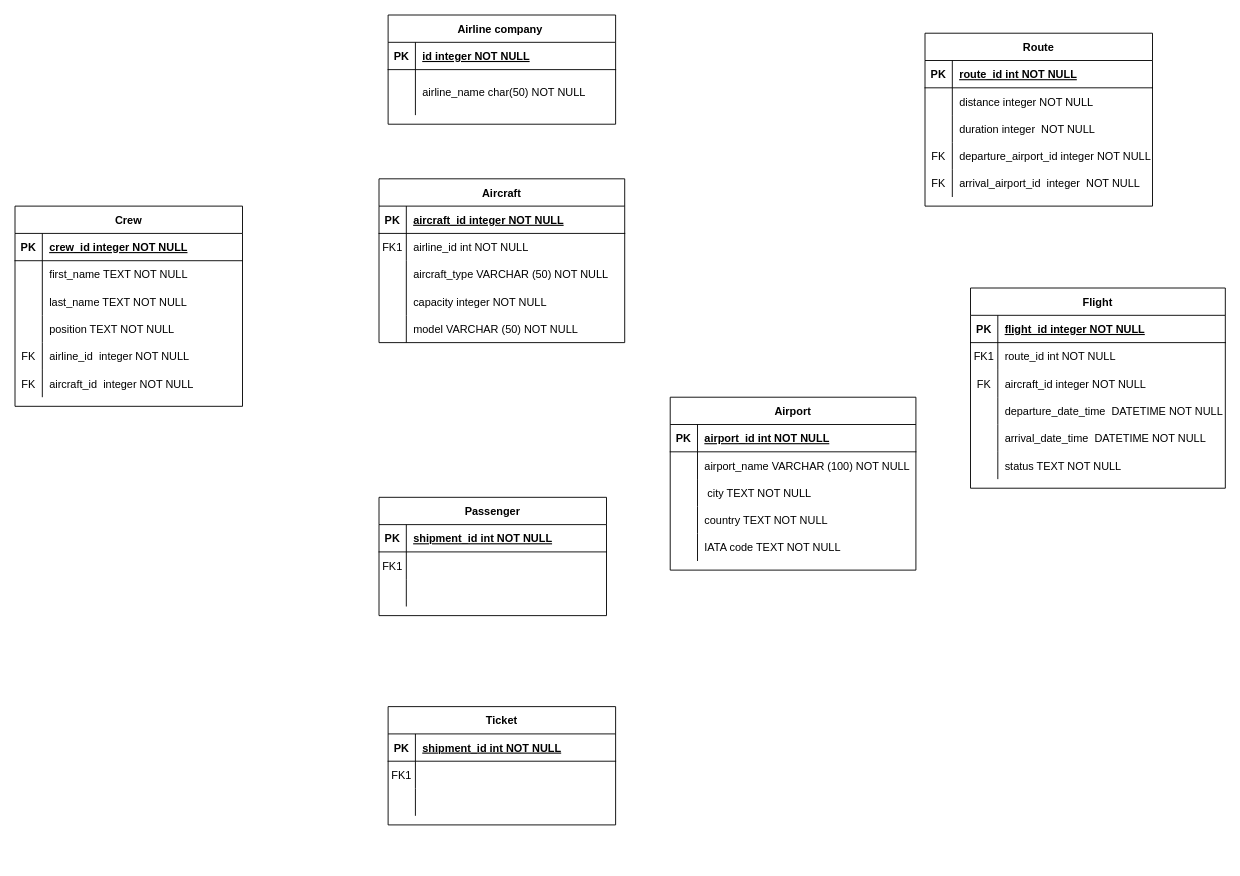
Before: model_conceptual.drawio in vladmagosin/examen_sem_1_db, a draw.io diagram. Source tidied: cells renumbered, new cells numbered last; positions are measured from the earlier drawing's top-left corner, leaving out a move shared by most shapes. Both pictures are drawn from the tidied source at 91%, with x=0, y=0 at pixel (15, 15).
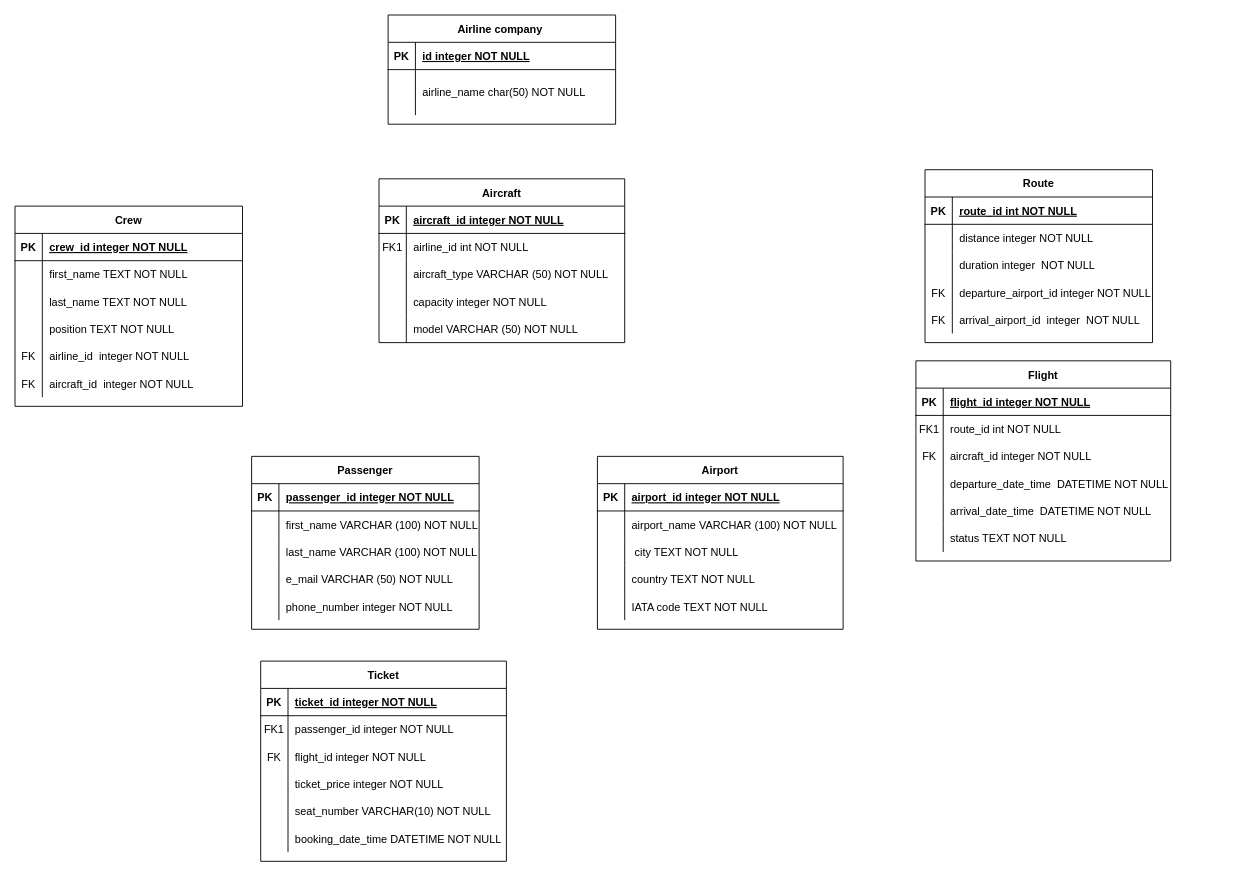
Above is the later version.

The change refers to these unchanged cells:
```xml
<mxCell id="19" style="shape=partialRectangle;fillColor=none;top=0;left=0;right=0;bottom=1;" parent="18" vertex="1">
  <mxGeometry y="30" width="250" height="30" as="geometry" />
</mxCell>
<mxCell id="22" style="shape=partialRectangle;fillColor=none;top=0;left=0;right=0;bottom=0;" parent="18" vertex="1">
  <mxGeometry y="60" width="250" height="30" as="geometry" />
</mxCell>
<mxCell id="25" style="shape=partialRectangle;fillColor=none;top=0;left=0;right=0;bottom=0;" parent="18" vertex="1">
  <mxGeometry y="90" width="250" height="30" as="geometry" />
</mxCell>
<mxCell id="90" style="shape=partialRectangle;fillColor=none;top=0;left=0;right=0;bottom=1;" parent="89" vertex="1">
  <mxGeometry y="30" width="270" height="30" as="geometry" />
</mxCell>
```

The edit, as a diff of the source:
```diff
@@
     <mxCell id="18" value="Passenger" style="shape=table;startSize=30;childLayout=tableLayout;rowLines=0;fontStyle=1;align=center;" parent="1" vertex="1">
-      <mxGeometry x="400" y="530" width="250" height="130" as="geometry" />
+      <mxGeometry x="260" y="485" width="250" height="190" as="geometry" />
     </mxCell>
@@
-    <mxCell id="21" value="shipment_id int NOT NULL " style="shape=partialRectangle;overflow=hidden;fillColor=none;top=0;left=0;bottom=0;right=0;align=left;spacingLeft=6;fontStyle=5;" parent="19" vertex="1">
+    <mxCell id="21" value="passenger_id integer NOT NULL " style="shape=partialRectangle;overflow=hidden;fillColor=none;top=0;left=0;bottom=0;right=0;align=left;spacingLeft=6;fontStyle=5;" parent="19" vertex="1">
       <mxGeometry x="30" width="220" height="30" as="geometry" />
     </mxCell>
@@
-    <mxCell id="23" value="FK1" style="shape=partialRectangle;overflow=hidden;fillColor=none;top=0;left=0;bottom=0;right=0;" parent="22" vertex="1">
+    <mxCell id="23" style="shape=partialRectangle;overflow=hidden;fillColor=none;top=0;left=0;bottom=0;right=0;" parent="22" vertex="1">
       <mxGeometry width="30" height="30" as="geometry" />
     </mxCell>
-    <mxCell id="24" style="shape=partialRectangle;overflow=hidden;fillColor=none;top=0;left=0;bottom=0;right=0;align=left;spacingLeft=6;" parent="22" vertex="1">
+    <mxCell id="24" value="first_name VARCHAR (100) NOT NULL " style="shape=partialRectangle;overflow=hidden;fillColor=none;top=0;left=0;bottom=0;right=0;align=left;spacingLeft=6;" parent="22" vertex="1">
       <mxGeometry x="30" width="220" height="30" as="geometry" />
     </mxCell>
@@
-    <mxCell id="27" style="shape=partialRectangle;overflow=hidden;fillColor=none;top=0;left=0;bottom=0;right=0;align=left;spacingLeft=6;" parent="25" vertex="1">
+    <mxCell id="27" value="last_name VARCHAR (100) NOT NULL " style="shape=partialRectangle;overflow=hidden;fillColor=none;top=0;left=0;bottom=0;right=0;align=left;spacingLeft=6;" parent="25" vertex="1">
       <mxGeometry x="30" width="220" height="30" as="geometry" />
     </mxCell>
+    <mxCell id="115" style="shape=partialRectangle;fillColor=none;top=0;left=0;right=0;bottom=0;" parent="18" vertex="1">
+      <mxGeometry y="120" width="250" height="30" as="geometry" />
+    </mxCell>
+    <mxCell id="116" style="shape=partialRectangle;overflow=hidden;fillColor=none;top=0;left=0;bottom=0;right=0;" parent="115" vertex="1">
+      <mxGeometry width="30" height="30" as="geometry" />
+    </mxCell>
+    <mxCell id="117" value="e_mail VARCHAR (50) NOT NULL" style="shape=partialRectangle;overflow=hidden;fillColor=none;top=0;left=0;bottom=0;right=0;align=left;spacingLeft=6;" parent="115" vertex="1">
+      <mxGeometry x="30" width="220" height="30" as="geometry" />
+    </mxCell>
+    <mxCell id="118" style="shape=partialRectangle;fillColor=none;top=0;left=0;right=0;bottom=0;" parent="18" vertex="1">
+      <mxGeometry y="150" width="250" height="30" as="geometry" />
+    </mxCell>
+    <mxCell id="119" style="shape=partialRectangle;overflow=hidden;fillColor=none;top=0;left=0;bottom=0;right=0;" parent="118" vertex="1">
+      <mxGeometry width="30" height="30" as="geometry" />
+    </mxCell>
+    <mxCell id="120" value="phone_number integer NOT NULL " style="shape=partialRectangle;overflow=hidden;fillColor=none;top=0;left=0;bottom=0;right=0;align=left;spacingLeft=6;" parent="118" vertex="1">
+      <mxGeometry x="30" width="220" height="30" as="geometry" />
+    </mxCell>
@@
     <mxCell id="35" value="Flight" style="shape=table;startSize=30;childLayout=tableLayout;rowLines=0;fontStyle=1;align=center;" parent="1" vertex="1">
-      <mxGeometry x="1050" y="300" width="280" height="220" as="geometry" />
+      <mxGeometry x="990" y="380" width="280" height="220" as="geometry" />
     </mxCell>
@@
     <mxCell id="73" value="Route" style="shape=table;startSize=30;childLayout=tableLayout;rowLines=0;fontStyle=1;align=center;" parent="1" vertex="1">
-      <mxGeometry x="1000" y="20" width="250" height="190" as="geometry" />
+      <mxGeometry x="1000" y="170" width="250" height="190" as="geometry" />
     </mxCell>
@@
     <mxCell id="89" value="Airport" style="shape=table;startSize=30;childLayout=tableLayout;rowLines=0;fontStyle=1;align=center;" parent="1" vertex="1">
-      <mxGeometry x="720" y="420" width="270" height="190" as="geometry" />
+      <mxGeometry x="640" y="485" width="270" height="190" as="geometry" />
     </mxCell>
@@
-    <mxCell id="92" value="airport_id int NOT NULL " style="shape=partialRectangle;overflow=hidden;fillColor=none;top=0;left=0;bottom=0;right=0;align=left;spacingLeft=6;fontStyle=5;" parent="90" vertex="1">
+    <mxCell id="92" value="airport_id integer NOT NULL " style="shape=partialRectangle;overflow=hidden;fillColor=none;top=0;left=0;bottom=0;right=0;align=left;spacingLeft=6;fontStyle=5;" parent="90" vertex="1">
       <mxGeometry x="30" width="240" height="30" as="geometry" />
     </mxCell>
@@
     <mxCell id="105" value="Ticket" style="shape=table;startSize=30;childLayout=tableLayout;rowLines=0;fontStyle=1;align=center;" parent="1" vertex="1">
-      <mxGeometry x="410" y="760" width="250" height="130" as="geometry" />
+      <mxGeometry x="270" y="710" width="270" height="220" as="geometry" />
     </mxCell>
     <mxCell id="106" style="shape=partialRectangle;fillColor=none;top=0;left=0;right=0;bottom=1;" parent="105" vertex="1">
-      <mxGeometry y="30" width="250" height="30" as="geometry" />
+      <mxGeometry y="30" width="270" height="30" as="geometry" />
     </mxCell>
@@
-    <mxCell id="108" value="shipment_id int NOT NULL " style="shape=partialRectangle;overflow=hidden;fillColor=none;top=0;left=0;bottom=0;right=0;align=left;spacingLeft=6;fontStyle=5;" parent="106" vertex="1">
-      <mxGeometry x="30" width="220" height="30" as="geometry" />
+    <mxCell id="108" value="ticket_id integer NOT NULL " style="shape=partialRectangle;overflow=hidden;fillColor=none;top=0;left=0;bottom=0;right=0;align=left;spacingLeft=6;fontStyle=5;" parent="106" vertex="1">
+      <mxGeometry x="30" width="240" height="30" as="geometry" />
     </mxCell>
     <mxCell id="109" style="shape=partialRectangle;fillColor=none;top=0;left=0;right=0;bottom=0;" parent="105" vertex="1">
-      <mxGeometry y="60" width="250" height="30" as="geometry" />
+      <mxGeometry y="60" width="270" height="30" as="geometry" />
     </mxCell>
@@
-    <mxCell id="111" style="shape=partialRectangle;overflow=hidden;fillColor=none;top=0;left=0;bottom=0;right=0;align=left;spacingLeft=6;" parent="109" vertex="1">
-      <mxGeometry x="30" width="220" height="30" as="geometry" />
+    <mxCell id="111" value="passenger_id integer NOT NULL " style="shape=partialRectangle;overflow=hidden;fillColor=none;top=0;left=0;bottom=0;right=0;align=left;spacingLeft=6;" parent="109" vertex="1">
+      <mxGeometry x="30" width="240" height="30" as="geometry" />
     </mxCell>
     <mxCell id="112" style="shape=partialRectangle;fillColor=none;top=0;left=0;right=0;bottom=0;" parent="105" vertex="1">
-      <mxGeometry y="90" width="250" height="30" as="geometry" />
+      <mxGeometry y="90" width="270" height="30" as="geometry" />
     </mxCell>
-    <mxCell id="113" style="shape=partialRectangle;overflow=hidden;fillColor=none;top=0;left=0;bottom=0;right=0;" parent="112" vertex="1">
+    <mxCell id="113" value="FK" style="shape=partialRectangle;overflow=hidden;fillColor=none;top=0;left=0;bottom=0;right=0;" parent="112" vertex="1">
       <mxGeometry width="30" height="30" as="geometry" />
     </mxCell>
-    <mxCell id="114" style="shape=partialRectangle;overflow=hidden;fillColor=none;top=0;left=0;bottom=0;right=0;align=left;spacingLeft=6;" parent="112" vertex="1">
-      <mxGeometry x="30" width="220" height="30" as="geometry" />
+    <mxCell id="114" value="flight_id integer NOT NULL " style="shape=partialRectangle;overflow=hidden;fillColor=none;top=0;left=0;bottom=0;right=0;align=left;spacingLeft=6;" parent="112" vertex="1">
+      <mxGeometry x="30" width="240" height="30" as="geometry" />
     </mxCell>
+    <mxCell id="121" style="shape=partialRectangle;fillColor=none;top=0;left=0;right=0;bottom=0;" parent="105" vertex="1">
+      <mxGeometry y="120" width="270" height="30" as="geometry" />
+    </mxCell>
+    <mxCell id="122" style="shape=partialRectangle;overflow=hidden;fillColor=none;top=0;left=0;bottom=0;right=0;" parent="121" vertex="1">
+      <mxGeometry width="30" height="30" as="geometry" />
+    </mxCell>
+    <mxCell id="123" value="ticket_price integer NOT NULL" style="shape=partialRectangle;overflow=hidden;fillColor=none;top=0;left=0;bottom=0;right=0;align=left;spacingLeft=6;" parent="121" vertex="1">
+      <mxGeometry x="30" width="240" height="30" as="geometry" />
+    </mxCell>
+    <mxCell id="124" style="shape=partialRectangle;fillColor=none;top=0;left=0;right=0;bottom=0;" parent="105" vertex="1">
+      <mxGeometry y="150" width="270" height="30" as="geometry" />
+    </mxCell>
+    <mxCell id="125" style="shape=partialRectangle;overflow=hidden;fillColor=none;top=0;left=0;bottom=0;right=0;" parent="124" vertex="1">
+      <mxGeometry width="30" height="30" as="geometry" />
+    </mxCell>
+    <mxCell id="126" value="seat_number VARCHAR(10) NOT NULL" style="shape=partialRectangle;overflow=hidden;fillColor=none;top=0;left=0;bottom=0;right=0;align=left;spacingLeft=6;" parent="124" vertex="1">
+      <mxGeometry x="30" width="240" height="30" as="geometry" />
+    </mxCell>
+    <mxCell id="127" style="shape=partialRectangle;fillColor=none;top=0;left=0;right=0;bottom=0;" parent="105" vertex="1">
+      <mxGeometry y="180" width="270" height="30" as="geometry" />
+    </mxCell>
+    <mxCell id="128" style="shape=partialRectangle;overflow=hidden;fillColor=none;top=0;left=0;bottom=0;right=0;" parent="127" vertex="1">
+      <mxGeometry width="30" height="30" as="geometry" />
+    </mxCell>
+    <mxCell id="129" value="booking_date_time DATETIME NOT NULL" style="shape=partialRectangle;overflow=hidden;fillColor=none;top=0;left=0;bottom=0;right=0;align=left;spacingLeft=6;" parent="127" vertex="1">
+      <mxGeometry x="30" width="240" height="30" as="geometry" />
+    </mxCell>
```
